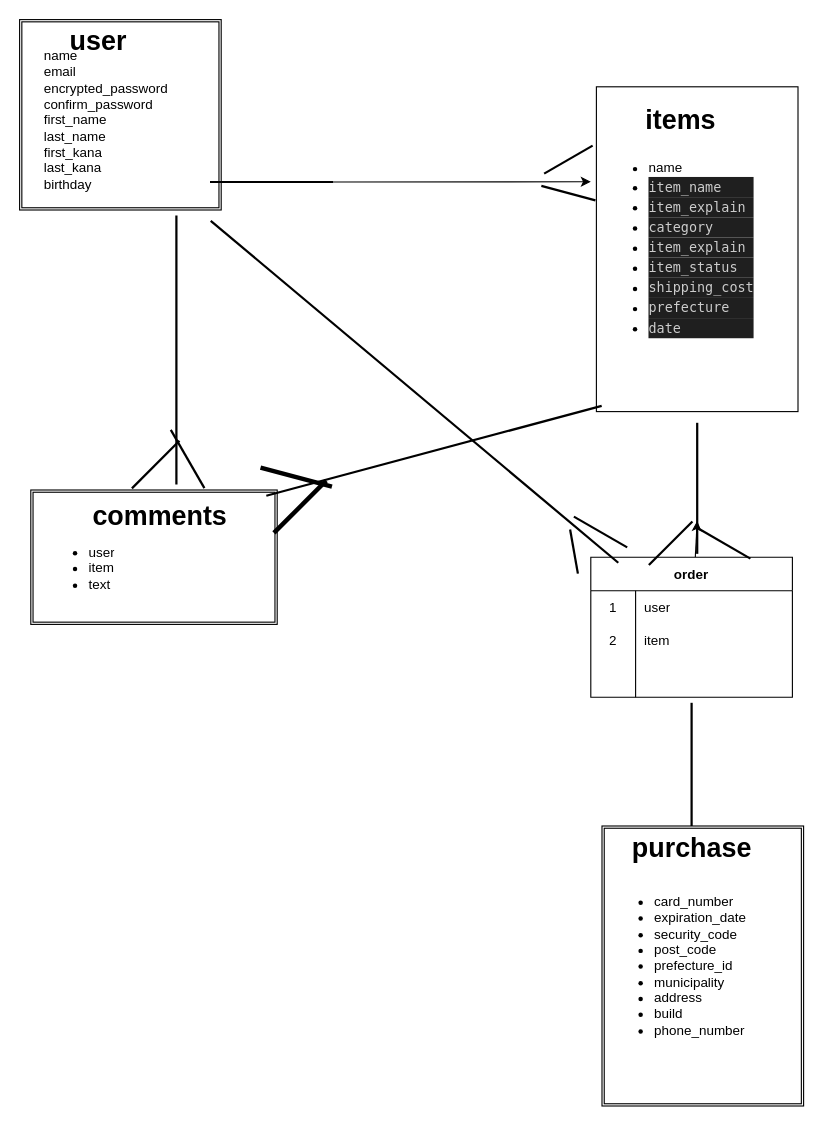
Before: furima.dio in sawa1234567/furima-40309, a draw.io diagram. Source tidied: cells renumbered, new cells numbered last; positions are measured from the earlier drawing's top-left corner, leaving out a move shared by most shapes. Both pictures are drawn from the tidied source at 112%, with x=0, y=0 at pixel (19, 19).
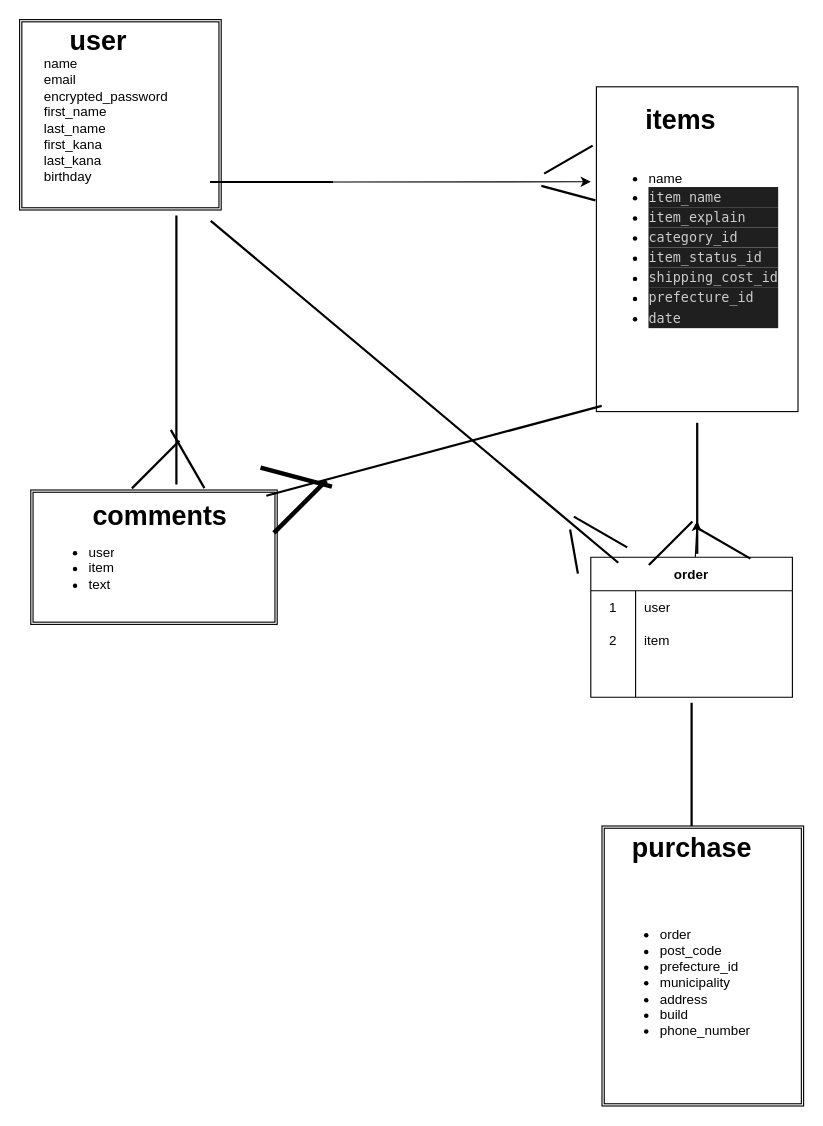
Above is the later version.

Diff of the diagram source:
```diff
@@
-    <mxCell id="17" value="&lt;ul&gt;&lt;li&gt;&lt;span style=&quot;background-color: initial;&quot;&gt;name&lt;/span&gt;&lt;/li&gt;&lt;li&gt;&lt;div style=&quot;color: rgb(204, 204, 204); background-color: rgb(31, 31, 31); font-family: Menlo, Monaco, &amp;quot;Courier New&amp;quot;, monospace; line-height: 18px;&quot;&gt;item_name&lt;/div&gt;&lt;/li&gt;&lt;li&gt;&lt;div style=&quot;color: rgb(204, 204, 204); background-color: rgb(31, 31, 31); font-family: Menlo, Monaco, &amp;quot;Courier New&amp;quot;, monospace; line-height: 18px;&quot;&gt;&lt;div style=&quot;line-height: 18px;&quot;&gt;item_explain &lt;/div&gt;&lt;/div&gt;&lt;/li&gt;&lt;li&gt;&lt;div style=&quot;line-height: 18px;&quot;&gt;&lt;div style=&quot;color: rgb(204, 204, 204); background-color: rgb(31, 31, 31); font-family: Menlo, Monaco, &amp;quot;Courier New&amp;quot;, monospace; line-height: 18px;&quot;&gt;category&lt;/div&gt;&lt;/div&gt;&lt;/li&gt;&lt;li&gt;&lt;div style=&quot;color: rgb(204, 204, 204); background-color: rgb(31, 31, 31); font-family: Menlo, Monaco, &amp;quot;Courier New&amp;quot;, monospace; line-height: 18px;&quot;&gt;&lt;div style=&quot;line-height: 18px;&quot;&gt;item_explain&lt;/div&gt;&lt;/div&gt;&lt;/li&gt;&lt;li&gt;&lt;div style=&quot;line-height: 18px;&quot;&gt;&lt;div style=&quot;color: rgb(204, 204, 204); background-color: rgb(31, 31, 31); font-family: Menlo, Monaco, &amp;quot;Courier New&amp;quot;, monospace; line-height: 18px;&quot;&gt;item_status&lt;/div&gt;&lt;/div&gt;&lt;/li&gt;&lt;li&gt;&lt;div style=&quot;color: rgb(204, 204, 204); background-color: rgb(31, 31, 31); font-family: Menlo, Monaco, &amp;quot;Courier New&amp;quot;, monospace; line-height: 18px;&quot;&gt;&lt;div style=&quot;line-height: 18px;&quot;&gt;shipping_cost&lt;/div&gt;&lt;/div&gt;&lt;/li&gt;&lt;li&gt;&lt;div style=&quot;line-height: 18px;&quot;&gt;&lt;div style=&quot;color: rgb(204, 204, 204); background-color: rgb(31, 31, 31); font-family: Menlo, Monaco, &amp;quot;Courier New&amp;quot;, monospace; line-height: 18px;&quot;&gt;prefecture&lt;/div&gt;&lt;/div&gt;&lt;/li&gt;&lt;li&gt;&lt;div style=&quot;color: rgb(204, 204, 204); background-color: rgb(31, 31, 31); font-family: Menlo, Monaco, &amp;quot;Courier New&amp;quot;, monospace; line-height: 18px;&quot;&gt;&lt;div style=&quot;line-height: 18px;&quot;&gt;date &lt;/div&gt;&lt;/div&gt;&lt;/li&gt;&lt;/ul&gt;" style="text;strokeColor=none;fillColor=none;html=1;whiteSpace=wrap;verticalAlign=middle;overflow=hidden;" parent="1" vertex="1">
+    <mxCell id="17" value="&lt;ul&gt;&lt;li&gt;&lt;span style=&quot;background-color: initial;&quot;&gt;name&lt;/span&gt;&lt;/li&gt;&lt;li&gt;&lt;div style=&quot;color: rgb(204, 204, 204); background-color: rgb(31, 31, 31); font-family: Menlo, Monaco, &amp;quot;Courier New&amp;quot;, monospace; line-height: 18px;&quot;&gt;item_name&lt;/div&gt;&lt;/li&gt;&lt;li&gt;&lt;div style=&quot;color: rgb(204, 204, 204); background-color: rgb(31, 31, 31); font-family: Menlo, Monaco, &amp;quot;Courier New&amp;quot;, monospace; line-height: 18px;&quot;&gt;&lt;div style=&quot;line-height: 18px;&quot;&gt;item_explain &lt;/div&gt;&lt;/div&gt;&lt;/li&gt;&lt;li&gt;&lt;div style=&quot;line-height: 18px;&quot;&gt;&lt;div style=&quot;color: rgb(204, 204, 204); background-color: rgb(31, 31, 31); font-family: Menlo, Monaco, &amp;quot;Courier New&amp;quot;, monospace; line-height: 18px;&quot;&gt;category_id&lt;/div&gt;&lt;/div&gt;&lt;/li&gt;&lt;li&gt;&lt;div style=&quot;color: rgb(204, 204, 204); background-color: rgb(31, 31, 31); font-family: Menlo, Monaco, &amp;quot;Courier New&amp;quot;, monospace; line-height: 18px;&quot;&gt;item_status_id&lt;/div&gt;&lt;/li&gt;&lt;li&gt;&lt;div style=&quot;color: rgb(204, 204, 204); background-color: rgb(31, 31, 31); font-family: Menlo, Monaco, &amp;quot;Courier New&amp;quot;, monospace; line-height: 18px;&quot;&gt;&lt;div style=&quot;line-height: 18px;&quot;&gt;shipping_cost_id&lt;/div&gt;&lt;/div&gt;&lt;/li&gt;&lt;li&gt;&lt;div style=&quot;line-height: 18px;&quot;&gt;&lt;div style=&quot;color: rgb(204, 204, 204); background-color: rgb(31, 31, 31); font-family: Menlo, Monaco, &amp;quot;Courier New&amp;quot;, monospace; line-height: 18px;&quot;&gt;prefecture_id&lt;/div&gt;&lt;/div&gt;&lt;/li&gt;&lt;li&gt;&lt;div style=&quot;color: rgb(204, 204, 204); background-color: rgb(31, 31, 31); font-family: Menlo, Monaco, &amp;quot;Courier New&amp;quot;, monospace; line-height: 18px;&quot;&gt;&lt;div style=&quot;line-height: 18px;&quot;&gt;date &lt;/div&gt;&lt;/div&gt;&lt;/li&gt;&lt;/ul&gt;" style="text;strokeColor=none;fillColor=none;html=1;whiteSpace=wrap;verticalAlign=middle;overflow=hidden;" parent="1" vertex="1">
       <mxGeometry x="520" y="90" width="170" height="230" as="geometry" />
     </mxCell>
@@
-    <mxCell id="27" value="name&lt;br&gt;email&lt;br&gt;encrypted_password&lt;br&gt;confirm_password&lt;br&gt;first_name&lt;br&gt;last_name&lt;br&gt;first_kana&lt;br&gt;last_kana&lt;br&gt;birthday" style="text;strokeColor=none;fillColor=none;html=1;whiteSpace=wrap;verticalAlign=middle;overflow=hidden;" parent="1" vertex="1">
+    <mxCell id="27" value="name&lt;br&gt;email&lt;br&gt;encrypted_password&lt;br&gt;first_name&lt;br&gt;last_name&lt;br&gt;first_kana&lt;br&gt;last_kana&lt;br&gt;birthday" style="text;strokeColor=none;fillColor=none;html=1;whiteSpace=wrap;verticalAlign=middle;overflow=hidden;" parent="1" vertex="1">
       <mxGeometry x="20" y="10" width="210" height="160" as="geometry" />
     </mxCell>
-    <mxCell id="28" value="&lt;ul&gt;&lt;li&gt;card_number&lt;/li&gt;&lt;li&gt;expiration_date&lt;/li&gt;&lt;li&gt;security_code&lt;/li&gt;&lt;li&gt;post_code&lt;/li&gt;&lt;li&gt;prefecture_id&lt;/li&gt;&lt;li&gt;municipality&lt;/li&gt;&lt;li&gt;address&lt;/li&gt;&lt;li&gt;build&lt;/li&gt;&lt;li&gt;phone_number&lt;/li&gt;&lt;/ul&gt;" style="text;strokeColor=none;fillColor=none;html=1;whiteSpace=wrap;verticalAlign=middle;overflow=hidden;" parent="1" vertex="1">
-      <mxGeometry x="525" y="735" width="150" height="220" as="geometry" />
+    <mxCell id="28" value="&lt;ul&gt;&lt;li&gt;order&lt;/li&gt;&lt;li&gt;post_code&lt;/li&gt;&lt;li&gt;prefecture_id&lt;/li&gt;&lt;li&gt;municipality&lt;/li&gt;&lt;li&gt;address&lt;/li&gt;&lt;li&gt;build&lt;/li&gt;&lt;li&gt;phone_number&lt;/li&gt;&lt;/ul&gt;" style="text;strokeColor=none;fillColor=none;html=1;whiteSpace=wrap;verticalAlign=middle;overflow=hidden;" parent="1" vertex="1">
+      <mxGeometry x="530" y="750" width="150" height="220" as="geometry" />
     </mxCell>
```
